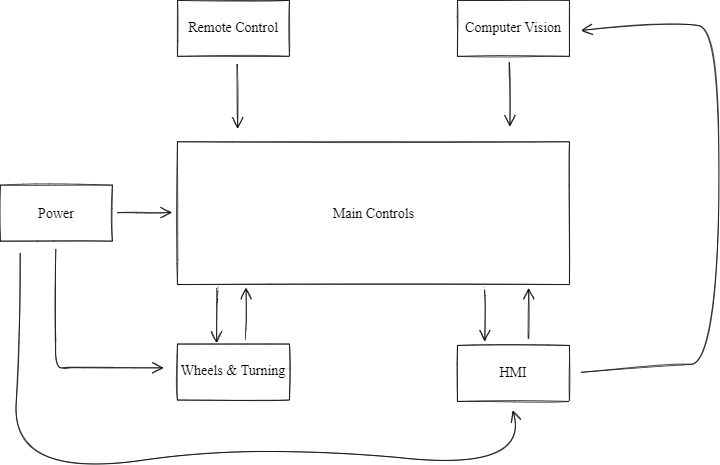
Earlier version of the draw.io export ADS Latex/images/Introdcution_Layers.png (TuringBoard/ADS). Source tidied: cells renumbered, new cells last; positions are measured from the earlier drawing's top-left corner, leaving out a move shared by most shapes.
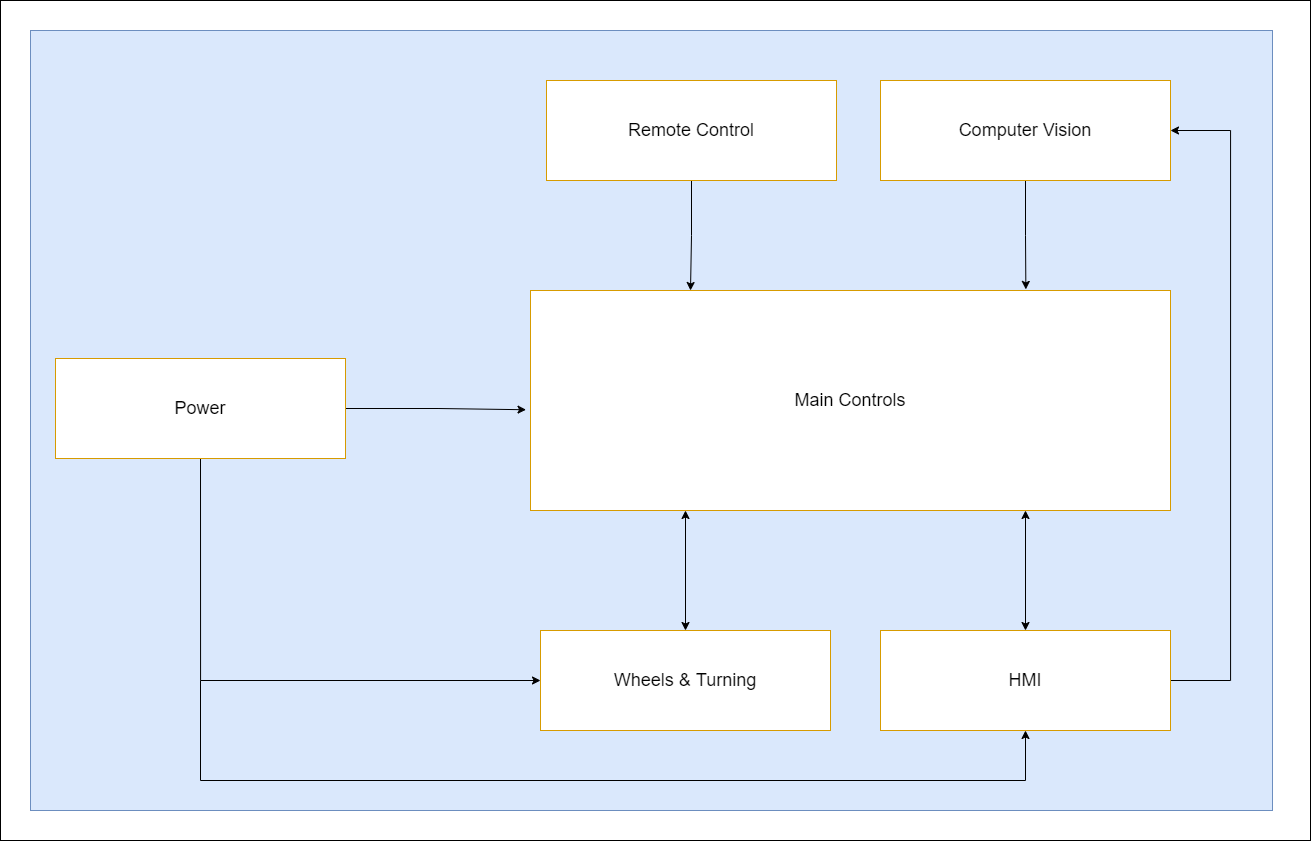
The same diagram one commit later.

The edit, as a diff of the source:
```diff
@@ -2,121 +2,72 @@
   <root>
     <mxCell id="0" />
     <mxCell id="1" parent="0" />
-    <mxCell id="2" style="rounded=0;whiteSpace=wrap;html=1;sketch=1;hachureGap=4;fontFamily=Architects Daughter;fontSource=https%3A%2F%2Ffonts.googleapis.com%2Fcss%3Ffamily%3DArchitects%2BDaughter;fontSize=20;" parent="1" vertex="1">
-      <mxGeometry x="253" y="202" width="560" height="204" as="geometry" />
-    </mxCell>
+    <mxCell id="24" style="rounded=0;whiteSpace=wrap;html=1;fontSize=14;" parent="1" vertex="1">
+      <mxGeometry x="-401" y="-155" width="1310" height="840" as="geometry" />
+    </mxCell>
+    <mxCell id="25" style="rounded=0;whiteSpace=wrap;html=1;fillColor=#dae8fc;strokeColor=#6c8ebf;" parent="1" vertex="1">
+      <mxGeometry x="-371" y="-125" width="1242" height="780" as="geometry" />
+    </mxCell>
+    <mxCell id="26" style="edgeStyle=orthogonalEdgeStyle;rounded=0;jettySize=auto;html=1;entryX=0.25;entryY=0;entryDx=0;entryDy=0;exitX=0.5;exitY=1;exitDx=0;exitDy=0;" parent="1" edge="1" source="5" target="3">
+      <mxGeometry relative="1" as="geometry">
+        <Array as="points">
+          <mxPoint x="289" y="80" />
+        </Array>
+      </mxGeometry>
+    </mxCell>
+    <mxCell id="5" value="Remote Control" style="rounded=0;whiteSpace=wrap;html=1;fontSize=18;fillColor=#FFFFFF;strokeColor=#d79b00;" parent="1" vertex="1">
+      <mxGeometry x="145" y="-75" width="290" height="100" as="geometry" />
+    </mxCell>
+    <mxCell id="27" style="edgeStyle=orthogonalEdgeStyle;rounded=0;jettySize=auto;html=1;exitX=1;exitY=0.5;exitDx=0;exitDy=0;entryX=-0.007;entryY=0.542;entryDx=0;entryDy=0;entryPerimeter=0;" parent="1" edge="1" source="13" target="3">
+      <mxGeometry relative="1" as="geometry" />
+    </mxCell>
+    <mxCell id="28" style="edgeStyle=orthogonalEdgeStyle;rounded=0;jettySize=auto;html=1;entryX=0;entryY=0.5;entryDx=0;entryDy=0;exitX=0.5;exitY=1;exitDx=0;exitDy=0;" parent="1" edge="1" source="13" target="7">
+      <mxGeometry relative="1" as="geometry" />
+    </mxCell>
+    <mxCell id="13" value="Power" style="rounded=0;whiteSpace=wrap;html=1;fontSize=18;fillColor=#FFFFFF;strokeColor=#d79b00;" parent="1" vertex="1">
+      <mxGeometry x="-346" y="203" width="290" height="100" as="geometry" />
+    </mxCell>
-    <mxCell id="3" value="&lt;pre&gt;&lt;font face=&quot;Times New Roman&quot;&gt;Main Controls&lt;/font&gt;&lt;/pre&gt;" style="text;strokeColor=none;fillColor=none;html=1;align=center;verticalAlign=middle;whiteSpace=wrap;rounded=0;sketch=1;hachureGap=4;fontFamily=Architects Daughter;fontSource=https%3A%2F%2Ffonts.googleapis.com%2Fcss%3Ffamily%3DArchitects%2BDaughter;fontSize=20;" parent="1" vertex="1">
-      <mxGeometry x="338.5" y="247" width="389" height="114" as="geometry" />
+    <mxCell id="3" value="Main Controls" style="rounded=0;whiteSpace=wrap;html=1;fontSize=18;fillColor=#FFFFFF;strokeColor=#d79b00;" parent="1" vertex="1">
+      <mxGeometry x="129" y="135" width="640" height="220" as="geometry" />
     </mxCell>
-    <mxCell id="4" style="rounded=0;whiteSpace=wrap;html=1;sketch=1;hachureGap=4;fontFamily=Architects Daughter;fontSource=https%3A%2F%2Ffonts.googleapis.com%2Fcss%3Ffamily%3DArchitects%2BDaughter;fontSize=20;" parent="1" vertex="1">
-      <mxGeometry x="253" width="160" height="80" as="geometry" />
-    </mxCell>
-    <mxCell id="5" value="&lt;pre&gt;&lt;font face=&quot;Times New Roman&quot;&gt;Remote Control&lt;/font&gt;&lt;/pre&gt;" style="text;strokeColor=none;fillColor=none;html=1;align=center;verticalAlign=middle;whiteSpace=wrap;rounded=0;sketch=1;hachureGap=4;fontFamily=Architects Daughter;fontSource=https%3A%2F%2Ffonts.googleapis.com%2Fcss%3Ffamily%3DArchitects%2BDaughter;fontSize=20;" parent="1" vertex="1">
-      <mxGeometry x="303" y="23" width="60" height="30" as="geometry" />
-    </mxCell>
-    <mxCell id="6" style="rounded=0;whiteSpace=wrap;html=1;sketch=1;hachureGap=4;fontFamily=Architects Daughter;fontSource=https%3A%2F%2Ffonts.googleapis.com%2Fcss%3Ffamily%3DArchitects%2BDaughter;fontSize=20;" parent="1" vertex="1">
-      <mxGeometry x="253" y="491" width="160" height="80" as="geometry" />
-    </mxCell>
+    <mxCell id="29" style="edgeStyle=orthogonalEdgeStyle;rounded=0;jettySize=auto;html=1;exitX=0.5;exitY=1;exitDx=0;exitDy=0;entryX=0.774;entryY=-0.005;entryDx=0;entryDy=0;entryPerimeter=0;" parent="1" edge="1" source="9" target="3">
+      <mxGeometry relative="1" as="geometry" />
+    </mxCell>
+    <mxCell id="9" value="Computer Vision" style="rounded=0;whiteSpace=wrap;html=1;fontSize=18;fillColor=#FFFFFF;strokeColor=#d79b00;" parent="1" vertex="1">
+      <mxGeometry x="479" y="-75" width="290" height="100" as="geometry" />
+    </mxCell>
-    <mxCell id="7" value="&lt;pre&gt;&lt;font face=&quot;Times New Roman&quot;&gt;Wheels &amp;amp; Turning&lt;/font&gt;&lt;/pre&gt;" style="text;strokeColor=none;fillColor=none;html=1;align=center;verticalAlign=middle;whiteSpace=wrap;rounded=0;sketch=1;hachureGap=4;fontFamily=Architects Daughter;fontSource=https%3A%2F%2Ffonts.googleapis.com%2Fcss%3Ffamily%3DArchitects%2BDaughter;fontSize=20;" parent="1" vertex="1">
-      <mxGeometry x="303" y="514" width="60" height="30" as="geometry" />
+    <mxCell id="7" value="Wheels &amp;amp; Turning" style="rounded=0;whiteSpace=wrap;html=1;fontSize=18;fillColor=#FFFFFF;strokeColor=#d79b00;" parent="1" vertex="1">
+      <mxGeometry x="139" y="475" width="290" height="100" as="geometry" />
     </mxCell>
-    <mxCell id="8" style="rounded=0;whiteSpace=wrap;html=1;sketch=1;hachureGap=4;fontFamily=Architects Daughter;fontSource=https%3A%2F%2Ffonts.googleapis.com%2Fcss%3Ffamily%3DArchitects%2BDaughter;fontSize=20;" parent="1" vertex="1">
-      <mxGeometry x="653" width="160" height="80" as="geometry" />
-    </mxCell>
-    <mxCell id="9" value="&lt;pre&gt;&lt;font face=&quot;Times New Roman&quot;&gt;Computer Vision&lt;/font&gt;&lt;/pre&gt;" style="text;strokeColor=none;fillColor=none;html=1;align=center;verticalAlign=middle;whiteSpace=wrap;rounded=0;sketch=1;hachureGap=4;fontFamily=Architects Daughter;fontSource=https%3A%2F%2Ffonts.googleapis.com%2Fcss%3Ffamily%3DArchitects%2BDaughter;fontSize=20;" parent="1" vertex="1">
-      <mxGeometry x="703" y="23" width="60" height="30" as="geometry" />
-    </mxCell>
-    <mxCell id="10" style="rounded=0;whiteSpace=wrap;html=1;sketch=1;hachureGap=4;fontFamily=Architects Daughter;fontSource=https%3A%2F%2Ffonts.googleapis.com%2Fcss%3Ffamily%3DArchitects%2BDaughter;fontSize=20;" parent="1" vertex="1">
-      <mxGeometry x="653" y="493" width="160" height="80" as="geometry" />
-    </mxCell>
+    <mxCell id="30" style="edgeStyle=orthogonalEdgeStyle;rounded=0;jettySize=auto;html=1;entryX=1;entryY=0.5;entryDx=0;entryDy=0;" parent="1" edge="1" source="11" target="9">
+      <mxGeometry relative="1" as="geometry">
+        <Array as="points">
+          <mxPoint x="829" y="525" />
+          <mxPoint x="829" y="-25" />
+        </Array>
+      </mxGeometry>
+    </mxCell>
-    <mxCell id="11" value="&lt;pre&gt;&lt;font face=&quot;Times New Roman&quot;&gt;HMI&lt;/font&gt;&lt;/pre&gt;" style="text;strokeColor=none;fillColor=none;html=1;align=center;verticalAlign=middle;whiteSpace=wrap;rounded=0;sketch=1;hachureGap=4;fontFamily=Architects Daughter;fontSource=https%3A%2F%2Ffonts.googleapis.com%2Fcss%3Ffamily%3DArchitects%2BDaughter;fontSize=20;" parent="1" vertex="1">
-      <mxGeometry x="703" y="516" width="60" height="30" as="geometry" />
+    <mxCell id="11" value="HMI" style="rounded=0;whiteSpace=wrap;html=1;fontSize=18;fillColor=#FFFFFF;strokeColor=#d79b00;" parent="1" vertex="1">
+      <mxGeometry x="479" y="475" width="290" height="100" as="geometry" />
     </mxCell>
-    <mxCell id="12" style="rounded=0;whiteSpace=wrap;html=1;sketch=1;hachureGap=4;fontFamily=Architects Daughter;fontSource=https%3A%2F%2Ffonts.googleapis.com%2Fcss%3Ffamily%3DArchitects%2BDaughter;fontSize=20;" parent="1" vertex="1">
-      <mxGeometry y="264" width="160" height="80" as="geometry" />
-    </mxCell>
-    <mxCell id="13" value="&lt;pre&gt;&lt;font face=&quot;Times New Roman&quot;&gt;Power&lt;/font&gt;&lt;/pre&gt;" style="text;strokeColor=none;fillColor=none;html=1;align=center;verticalAlign=middle;whiteSpace=wrap;rounded=0;sketch=1;hachureGap=4;fontFamily=Architects Daughter;fontSource=https%3A%2F%2Ffonts.googleapis.com%2Fcss%3Ffamily%3DArchitects%2BDaughter;fontSize=20;" parent="1" vertex="1">
-      <mxGeometry x="50" y="289" width="60" height="30" as="geometry" />
-    </mxCell>
-    <mxCell id="14" style="edgeStyle=none;orthogonalLoop=1;jettySize=auto;html=1;rounded=0;sketch=1;hachureGap=4;fontFamily=Times New Roman;fontSize=16;endArrow=open;startSize=14;endSize=14;sourcePerimeterSpacing=8;targetPerimeterSpacing=8;curved=1;" parent="1" edge="1">
-      <mxGeometry relative="1" as="geometry">
-        <mxPoint x="167" y="303.3" as="sourcePoint" />
-        <mxPoint x="245" y="303" as="targetPoint" />
-        <Array as="points">
-          <mxPoint x="206" y="303" />
-        </Array>
-      </mxGeometry>
-    </mxCell>
-    <mxCell id="15" style="edgeStyle=none;orthogonalLoop=1;jettySize=auto;html=1;rounded=0;sketch=1;hachureGap=4;fontFamily=Times New Roman;fontSize=16;endArrow=open;startSize=14;endSize=14;sourcePerimeterSpacing=8;targetPerimeterSpacing=8;curved=1;" parent="1" edge="1">
-      <mxGeometry relative="1" as="geometry">
-        <mxPoint x="338.5" y="92" as="sourcePoint" />
-        <mxPoint x="339" y="183" as="targetPoint" />
-      </mxGeometry>
-    </mxCell>
-    <mxCell id="16" style="edgeStyle=none;orthogonalLoop=1;jettySize=auto;html=1;rounded=0;sketch=1;hachureGap=4;fontFamily=Times New Roman;fontSize=16;endArrow=open;startSize=14;endSize=14;sourcePerimeterSpacing=8;targetPerimeterSpacing=8;curved=1;" parent="1" edge="1">
-      <mxGeometry relative="1" as="geometry">
-        <mxPoint x="727.5" y="89" as="sourcePoint" />
-        <mxPoint x="728" y="180" as="targetPoint" />
-      </mxGeometry>
-    </mxCell>
-    <mxCell id="17" style="edgeStyle=none;orthogonalLoop=1;jettySize=auto;html=1;rounded=0;sketch=1;hachureGap=4;fontFamily=Times New Roman;fontSize=16;endArrow=open;startSize=14;endSize=14;sourcePerimeterSpacing=8;targetPerimeterSpacing=8;curved=1;" parent="1" edge="1">
-      <mxGeometry relative="1" as="geometry">
-        <mxPoint x="309.2" y="412" as="sourcePoint" />
-        <mxPoint x="309" y="489" as="targetPoint" />
-      </mxGeometry>
-    </mxCell>
-    <mxCell id="18" style="edgeStyle=none;orthogonalLoop=1;jettySize=auto;html=1;rounded=0;sketch=1;hachureGap=4;fontFamily=Times New Roman;fontSize=16;endArrow=open;startSize=14;endSize=14;sourcePerimeterSpacing=8;targetPerimeterSpacing=8;curved=1;" parent="1" edge="1">
-      <mxGeometry relative="1" as="geometry">
-        <mxPoint x="692.2" y="415" as="sourcePoint" />
-        <mxPoint x="692" y="487" as="targetPoint" />
-      </mxGeometry>
-    </mxCell>
-    <mxCell id="19" style="edgeStyle=none;orthogonalLoop=1;jettySize=auto;html=1;rounded=0;sketch=1;hachureGap=4;fontFamily=Times New Roman;fontSize=16;endArrow=open;startSize=14;endSize=14;sourcePerimeterSpacing=8;targetPerimeterSpacing=8;curved=1;" parent="1" edge="1">
-      <mxGeometry relative="1" as="geometry">
-        <mxPoint x="79.3" y="355" as="sourcePoint" />
-        <mxPoint x="233" y="525" as="targetPoint" />
-        <Array as="points">
-          <mxPoint x="79" y="466" />
-          <mxPoint x="79" y="525" />
-          <mxPoint x="100" y="525" />
-        </Array>
-      </mxGeometry>
-    </mxCell>
-    <mxCell id="20" style="edgeStyle=none;orthogonalLoop=1;jettySize=auto;html=1;rounded=0;sketch=1;hachureGap=4;fontFamily=Times New Roman;fontSize=16;endArrow=open;startSize=14;endSize=14;sourcePerimeterSpacing=8;targetPerimeterSpacing=8;curved=1;" parent="1" edge="1">
-      <mxGeometry relative="1" as="geometry">
-        <mxPoint x="28.3" y="361" as="sourcePoint" />
-        <mxPoint x="732" y="586" as="targetPoint" />
-        <Array as="points">
-          <mxPoint x="28" y="472" />
-          <mxPoint x="17" y="683" />
-          <mxPoint x="375" y="633" />
-          <mxPoint x="760" y="673" />
-        </Array>
-      </mxGeometry>
-    </mxCell>
-    <mxCell id="21" style="edgeStyle=none;orthogonalLoop=1;jettySize=auto;html=1;rounded=0;sketch=1;hachureGap=4;fontFamily=Times New Roman;fontSize=16;endArrow=open;startSize=14;endSize=14;sourcePerimeterSpacing=8;targetPerimeterSpacing=8;curved=1;" parent="1" edge="1">
-      <mxGeometry relative="1" as="geometry">
-        <mxPoint x="830" y="531.4" as="sourcePoint" />
-        <mxPoint x="830" y="43" as="targetPoint" />
-        <Array as="points">
-          <mxPoint x="949" y="520" />
-          <mxPoint x="1023" y="520" />
-          <mxPoint x="1030" y="43" />
-          <mxPoint x="964" y="29" />
-        </Array>
-      </mxGeometry>
-    </mxCell>
-    <mxCell id="22" style="edgeStyle=none;orthogonalLoop=1;jettySize=auto;html=1;rounded=0;sketch=1;hachureGap=4;fontFamily=Times New Roman;fontSize=16;endArrow=open;startSize=14;endSize=14;sourcePerimeterSpacing=8;targetPerimeterSpacing=8;curved=1;entryX=0.896;entryY=1.015;entryDx=0;entryDy=0;entryPerimeter=0;" parent="1" edge="1">
-      <mxGeometry relative="1" as="geometry">
-        <mxPoint x="755" y="483" as="sourcePoint" />
-        <mxPoint x="754.8" y="411.1" as="targetPoint" />
-      </mxGeometry>
-    </mxCell>
-    <mxCell id="23" style="edgeStyle=none;orthogonalLoop=1;jettySize=auto;html=1;rounded=0;sketch=1;hachureGap=4;fontFamily=Times New Roman;fontSize=16;endArrow=open;startSize=14;endSize=14;sourcePerimeterSpacing=8;targetPerimeterSpacing=8;curved=1;entryX=0.896;entryY=1.015;entryDx=0;entryDy=0;entryPerimeter=0;" parent="1" edge="1">
-      <mxGeometry relative="1" as="geometry">
-        <mxPoint x="351.2" y="482.9" as="sourcePoint" />
-        <mxPoint x="351" y="411" as="targetPoint" />
-      </mxGeometry>
-    </mxCell>
+    <mxCell id="31" style="endArrow=classic;startArrow=classic;html=1;rounded=0;exitX=0.5;exitY=0;exitDx=0;exitDy=0;" parent="1" edge="1" source="7">
+      <mxGeometry relative="1" as="geometry">
+        <mxPoint x="284" y="355" as="targetPoint" />
+      </mxGeometry>
+    </mxCell>
+    <mxCell id="32" style="endArrow=classic;startArrow=classic;html=1;rounded=0;exitX=0.5;exitY=0;exitDx=0;exitDy=0;" parent="1" edge="1" source="11">
+      <mxGeometry relative="1" as="geometry">
+        <mxPoint x="624" y="355" as="targetPoint" />
+      </mxGeometry>
+    </mxCell>
+    <mxCell id="33" style="endArrow=classic;html=1;rounded=0;entryX=0.5;entryY=1;entryDx=0;entryDy=0;" parent="1" edge="1" target="11">
+      <mxGeometry relative="1" as="geometry">
+        <mxPoint x="-201" y="525" as="sourcePoint" />
+        <Array as="points">
+          <mxPoint x="-201" y="625" />
+          <mxPoint x="624" y="625" />
+        </Array>
+      </mxGeometry>
+    </mxCell>
   </root>
 </mxGraphModel>
```
